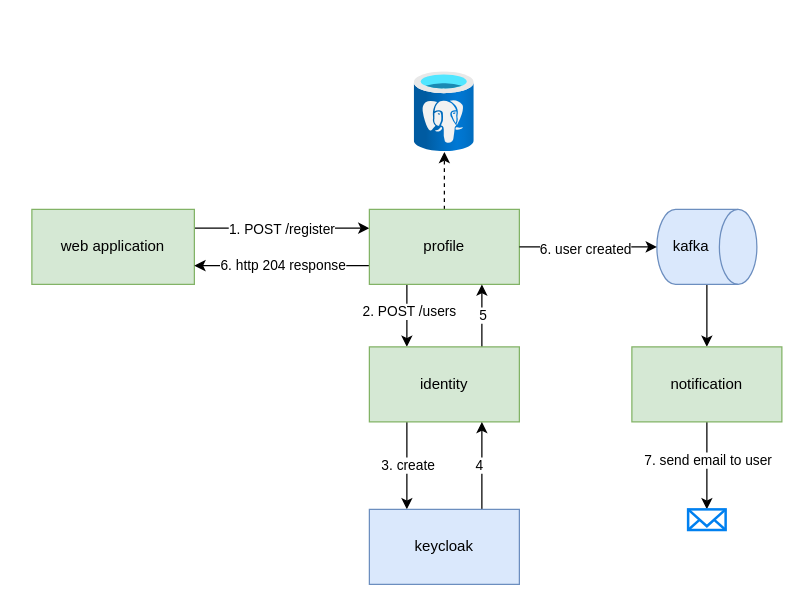
Before: workflows/user_signup.drawio in movies-albrains/.github, a draw.io diagram. Source tidied: cells renumbered, new cells numbered last; positions are measured from the earlier drawing's top-left corner, leaving out a move shared by most shapes. Both pictures are drawn from the tidied source at 125%, with x=0, y=0 at pixel (31, 71).
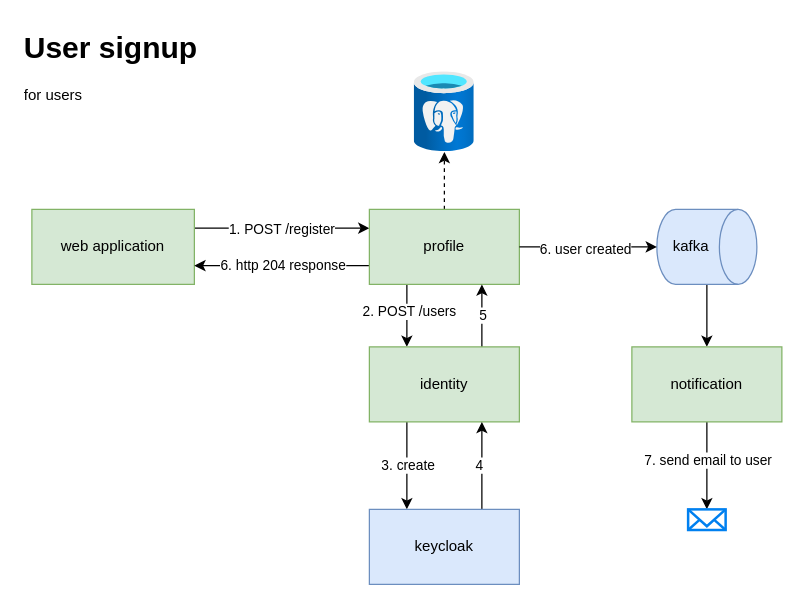
Above is the later version.

Commit message (it also covers changes not shown here):
Mettre à jour user_signup.drawio

The edit, as a diff of the source:
```diff
@@
+    <mxCell id="28" value="&lt;h1 style=&quot;margin-top: 0px;&quot;&gt;User signup&lt;br&gt;&lt;/h1&gt;&lt;p&gt;for users&lt;br&gt;&lt;/p&gt;" style="text;html=1;whiteSpace=wrap;overflow=hidden;rounded=0;" parent="1" vertex="1">
+      <mxGeometry x="-8" y="-40" width="180" height="70" as="geometry" />
+    </mxCell>
```
